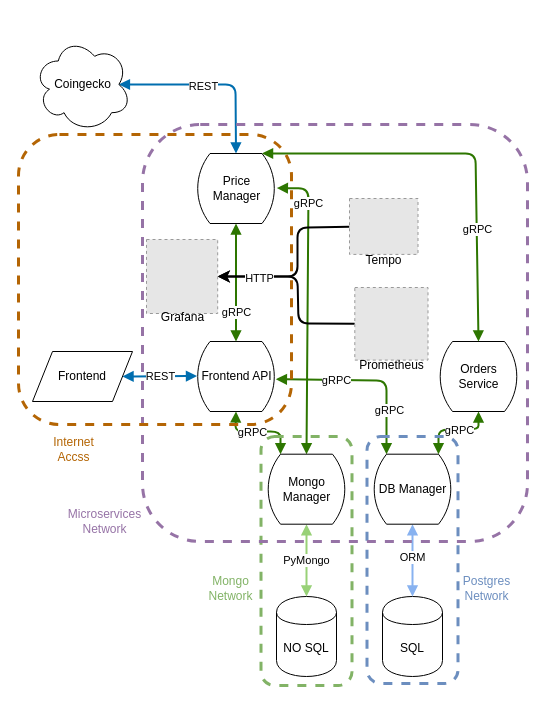
This is architecture.drawio from THD-C/.github, a draw.io file, before an edit. Source tidied: cells renumbered, new cells numbered last; positions are measured from the earlier drawing's top-left corner, leaving out a move shared by most shapes. Both pictures are drawn from the tidied source at 100%, with x=0, y=0 at pixel (18, 37). Pictures stored in the file or linked from it are replaced by grey dashed boxes.
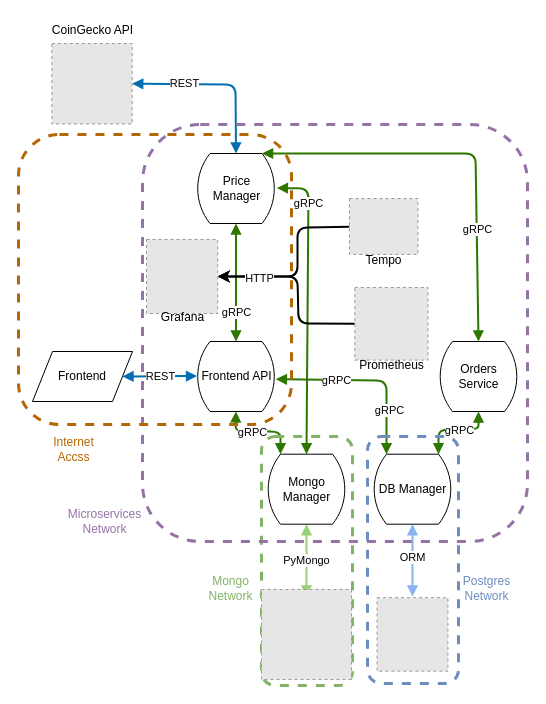
The same page after the edit.

Unchanged cells that the change refers to:
```xml
<mxCell id="18" value="DB Manager" style="html=1;dashed=0;whitespace=wrap;shape=mxgraph.dfd.loop;" parent="1" vertex="1">
  <mxGeometry x="354" y="416.7" width="80" height="70" as="geometry" />
</mxCell>
<mxCell id="23" value="Price&lt;br&gt;Manager" style="html=1;dashed=0;whitespace=wrap;shape=mxgraph.dfd.loop;" parent="1" vertex="1">
  <mxGeometry x="177.5" y="116" width="80" height="70" as="geometry" />
</mxCell>
<mxCell id="30" value="Mongo&lt;br&gt;Manager" style="html=1;dashed=0;whitespace=wrap;shape=mxgraph.dfd.loop;" parent="1" vertex="1">
  <mxGeometry x="248" y="416.7" width="80" height="70" as="geometry" />
</mxCell>
```

Change to the diagram source:
```diff
@@
-    <mxCell id="2" value="SQL" style="shape=cylinder;whiteSpace=wrap;html=1;boundedLbl=1;backgroundOutline=1;" parent="1" vertex="1">
-      <mxGeometry x="364" y="559" width="60" height="80" as="geometry" />
-    </mxCell>
@@
-    <mxCell id="5" style="edgeStyle=none;shape=connector;rounded=1;html=1;entryX=0.5;entryY=0;entryDx=0;entryDy=0;entryPerimeter=0;labelBackgroundColor=default;strokeColor=#006EAF;fontFamily=Helvetica;fontSize=11;fontColor=default;startArrow=block;startFill=1;endArrow=block;endFill=1;exitX=0.875;exitY=0.5;exitDx=0;exitDy=0;exitPerimeter=0;fillColor=#1ba1e2;strokeWidth=2;" parent="1" edge="1" source="7" target="23">
+    <mxCell id="5" style="edgeStyle=none;shape=connector;rounded=1;html=1;entryX=0.5;entryY=0;entryDx=0;entryDy=0;entryPerimeter=0;labelBackgroundColor=default;strokeColor=#006EAF;fontFamily=Helvetica;fontSize=11;fontColor=default;startArrow=block;startFill=1;endArrow=block;endFill=1;exitX=1;exitY=0.5;exitDx=0;exitDy=0;fillColor=#1ba1e2;strokeWidth=2;" parent="1" edge="1" source="54" target="23">
       <mxGeometry relative="1" as="geometry">
         <Array as="points">
           <mxPoint x="217" y="47" />
         </Array>
       </mxGeometry>
     </mxCell>
     <mxCell id="6" value="REST" style="edgeLabel;html=1;align=center;verticalAlign=middle;" parent="5" vertex="1">
-      <mxGeometry x="-0.1" y="-1" relative="1" as="geometry" />
+      <mxGeometry x="-0.1" y="-1" relative="1" as="geometry">
+        <mxPoint x="-26" y="-2" as="offset" />
+      </mxGeometry>
     </mxCell>
-    <mxCell id="7" value="Coingecko" style="shape=cloud;whiteSpace=wrap;html=1;" parent="1" vertex="1">
-      <mxGeometry x="15.5" width="97" height="94" as="geometry" />
-    </mxCell>
@@
-    <mxCell id="11" style="edgeStyle=none;html=1;exitX=0.5;exitY=1;exitDx=0;exitDy=0;exitPerimeter=0;entryX=0.5;entryY=0;entryDx=0;entryDy=0;endArrow=block;endFill=1;startArrow=block;startFill=1;strokeWidth=2;fillColor=#dae8fc;strokeColor=#88B2F0;" parent="1" edge="1" source="18" target="2">
-      <mxGeometry relative="1" as="geometry" />
+    <mxCell id="11" style="edgeStyle=none;html=1;exitX=0.5;exitY=1;exitDx=0;exitDy=0;exitPerimeter=0;entryX=0.5;entryY=0;entryDx=0;entryDy=0;endArrow=block;endFill=1;startArrow=block;startFill=1;strokeWidth=2;fillColor=#dae8fc;strokeColor=#88B2F0;" parent="1" edge="1" source="18">
+      <mxGeometry relative="1" as="geometry">
+        <mxPoint x="394" y="559" as="targetPoint" />
+      </mxGeometry>
     </mxCell>
@@
-    <mxCell id="24" value="PyMongo" style="edgeStyle=none;shape=connector;rounded=1;html=1;exitX=0.5;exitY=0;exitDx=0;exitDy=0;entryX=0.5;entryY=1;entryDx=0;entryDy=0;labelBackgroundColor=default;strokeColor=#98D177;fontFamily=Helvetica;fontSize=11;fontColor=default;startArrow=block;startFill=1;endArrow=block;endFill=1;entryPerimeter=0;strokeWidth=2;fillColor=#d5e8d4;" parent="1" edge="1" source="25" target="30">
-      <mxGeometry relative="1" as="geometry" />
+    <mxCell id="24" value="PyMongo" style="edgeStyle=none;shape=connector;rounded=1;html=1;exitX=0.5;exitY=0;exitDx=0;exitDy=0;entryX=0.5;entryY=1;entryDx=0;entryDy=0;labelBackgroundColor=default;strokeColor=#98D177;fontFamily=Helvetica;fontSize=11;fontColor=default;startArrow=block;startFill=1;endArrow=block;endFill=1;entryPerimeter=0;strokeWidth=2;fillColor=#d5e8d4;" parent="1" edge="1" target="30">
+      <mxGeometry relative="1" as="geometry">
+        <mxPoint x="288" y="559" as="sourcePoint" />
+      </mxGeometry>
     </mxCell>
-    <mxCell id="25" value="NO SQL" style="shape=cylinder;whiteSpace=wrap;html=1;boundedLbl=1;backgroundOutline=1;" parent="1" vertex="1">
-      <mxGeometry x="258" y="559" width="60" height="80" as="geometry" />
-    </mxCell>
@@
     <mxCell id="31" style="whiteSpace=wrap;html=1;fillColor=none;dashed=1;rounded=1;imageAspect=1;strokeColor=#6C8EBF;strokeWidth=3;" parent="1" vertex="1">
-      <mxGeometry x="348.5" y="399" width="91" height="247" as="geometry" />
+      <mxGeometry x="349" y="399" width="91" height="247" as="geometry" />
     </mxCell>
     <mxCell id="32" style="whiteSpace=wrap;html=1;fillColor=none;dashed=1;rounded=1;imageAspect=1;strokeColor=#82B366;strokeWidth=3;" parent="1" vertex="1">
-      <mxGeometry x="242.5" y="399" width="91" height="249" as="geometry" />
+      <mxGeometry x="243" y="399" width="91" height="249" as="geometry" />
     </mxCell>
@@
+    <mxCell id="51" style="fillColor=#E6E6E6;strokeColor=#999999;dashed=1;verticalLabelPosition=bottom;labelBackgroundColor=default;verticalAlign=top;" parent="1" vertex="1">
+      <mxGeometry x="243" y="552" width="90" height="90" as="geometry" />
+    </mxCell>
+    <mxCell id="52" style="fillColor=#E6E6E6;strokeColor=#999999;dashed=1;verticalLabelPosition=bottom;labelBackgroundColor=default;verticalAlign=top;" parent="1" vertex="1">
+      <mxGeometry x="358.5" y="560.2" width="70.9" height="73.5" as="geometry" />
+    </mxCell>
+    <mxCell id="53" style="group;" parent="1" vertex="1">
+      <mxGeometry x="24" y="-20" width="99" height="106.4" as="geometry" />
+    </mxCell>
+    <mxCell id="54" style="fillColor=#E6E6E6;strokeColor=#999999;dashed=1;verticalLabelPosition=bottom;labelBackgroundColor=default;verticalAlign=top;" parent="53" vertex="1">
+      <mxGeometry x="9.3" y="26" width="80.4" height="80.4" as="geometry" />
+    </mxCell>
+    <mxCell id="55" value="CoinGecko API" style="text;html=1;align=center;verticalAlign=middle;strokeColor=none;fillColor=none;" parent="53" vertex="1">
+      <mxGeometry width="99" height="26" as="geometry" />
+    </mxCell>
```
